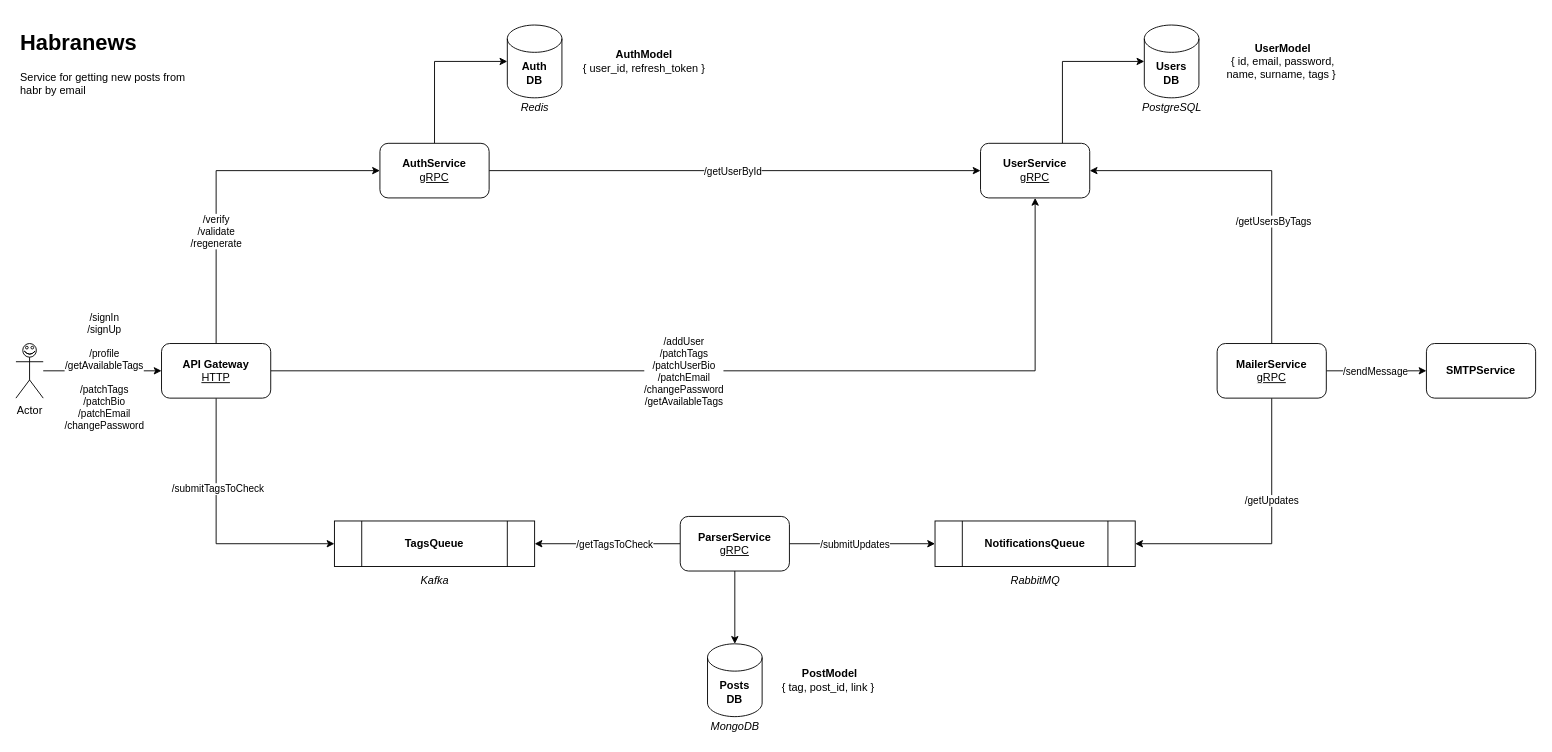
Earlier version of the draw.io diagram page "Architecture" (1 of 3) of news-alert-architecture.drawio (ythosa/habranews). Source tidied: cells renumbered, new cells numbered last; positions are measured from the earlier drawing's top-left corner, leaving out a move shared by most shapes. Both pictures are drawn from the tidied source at 91%, with x=0, y=0 at pixel (15, 25).
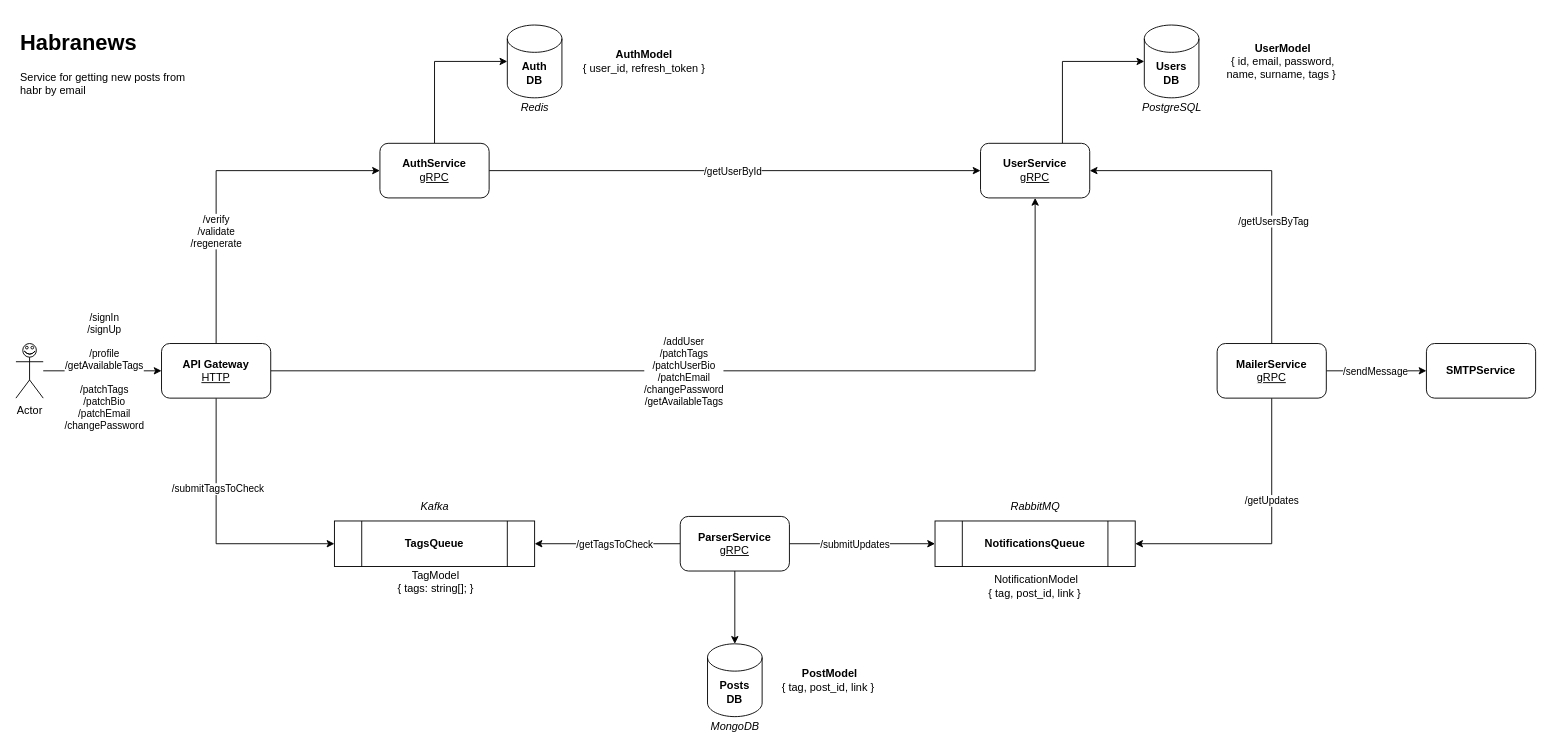
The same diagram, later.

The change refers to these unchanged cells:
```xml
<mxCell id="14" style="edgeStyle=orthogonalEdgeStyle;rounded=0;jettySize=auto;html=1;exitX=0.5;exitY=0;exitDx=0;exitDy=0;entryX=1;entryY=0.5;entryDx=0;entryDy=0;" parent="1" edge="1" source="18" target="10">
  <mxGeometry relative="1" as="geometry" />
</mxCell>
```

The edit, as a diff of the source:
```diff
@@
-    <mxCell id="15" value="/getUsersByTags" style="edgeLabel;html=1;align=center;verticalAlign=middle;" parent="14" vertex="1">
+    <mxCell id="15" value="/getUsersByTag" style="edgeLabel;html=1;align=center;verticalAlign=middle;" parent="14" vertex="1">
       <mxGeometry x="-0.31" y="-1" relative="1" as="geometry" />
     </mxCell>
@@
     <mxCell id="47" value="&lt;i&gt;Kafka&lt;/i&gt;" style="text;html=1;align=center;verticalAlign=middle;" parent="1" vertex="1">
-      <mxGeometry x="438" y="600" width="44" height="22" as="geometry" />
+      <mxGeometry x="438" y="518" width="44" height="22" as="geometry" />
     </mxCell>
     <mxCell id="48" value="&lt;i&gt;RabbitMQ&lt;/i&gt;" style="text;html=1;align=center;verticalAlign=middle;" parent="1" vertex="1">
-      <mxGeometry x="1087" y="600" width="66" height="22" as="geometry" />
+      <mxGeometry x="1087" y="518" width="66" height="22" as="geometry" />
     </mxCell>
+    <mxCell id="49" value="TagModel&lt;br&gt;{ tags: string[]; }" style="text;html=1;align=center;verticalAlign=middle;" parent="1" vertex="1">
+      <mxGeometry x="411" y="595" width="99" height="33" as="geometry" />
+    </mxCell>
+    <mxCell id="50" value="NotificationModel&lt;br&gt;{ tag, post_id, link }&amp;nbsp;" style="text;html=1;align=center;verticalAlign=middle;" parent="1" vertex="1">
+      <mxGeometry x="1060" y="600" width="121" height="33" as="geometry" />
+    </mxCell>
```
